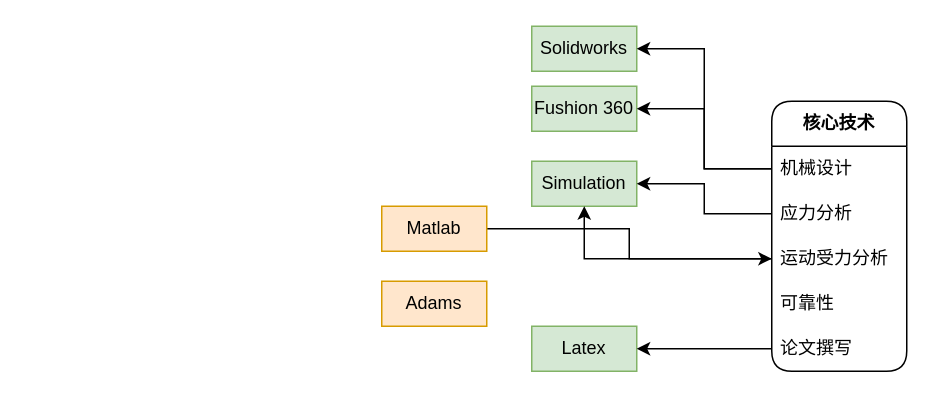
The draw.io diagram 0916-毕设启动-现状分析.drawio in Geek-0/Tool, before the edit. Source tidied: cells renumbered, new cells numbered last; positions are measured from the earlier drawing's top-left corner, leaving out a move shared by most shapes. Both pictures are drawn from the tidied source at 150%, with x=0, y=0 at pixel (381, 26).
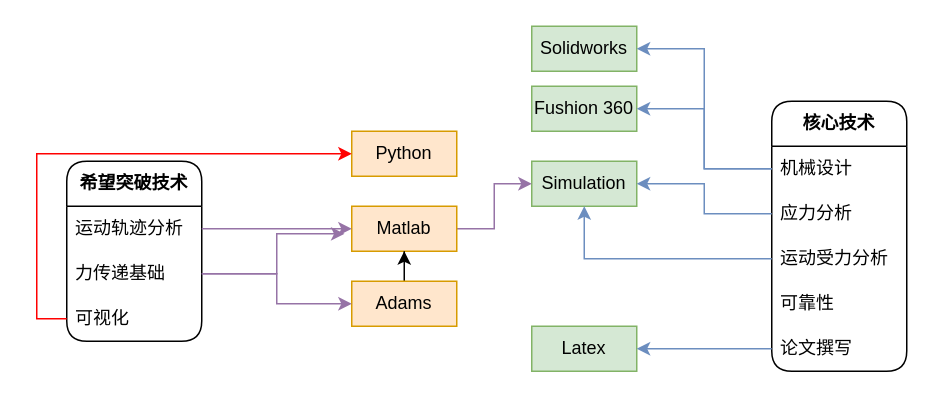
Above is the later version.

Commit message (it also covers changes not shown here):
更新0916-毕设启动-现状分析.drawio

The change refers to these unchanged cells:
```xml
<mxCell id="3" value="机械设计" style="text;align=left;verticalAlign=middle;spacingLeft=4;spacingRight=4;overflow=hidden;points=[[0,0.5],[1,0.5]];portConstraint=eastwest;whiteSpace=wrap;html=1;swimlaneFillColor=default;rounded=1;glass=0;shadow=0;swimlaneLine=1;" parent="2" vertex="1">
  <mxGeometry y="30" width="90" height="30" as="geometry" />
</mxCell>
<mxCell id="4" value="应力分析" style="text;align=left;verticalAlign=middle;spacingLeft=4;spacingRight=4;overflow=hidden;points=[[0,0.5],[1,0.5]];portConstraint=eastwest;whiteSpace=wrap;html=1;swimlaneFillColor=default;rounded=1;glass=0;shadow=0;swimlaneLine=1;" parent="2" vertex="1">
  <mxGeometry y="60" width="90" height="30" as="geometry" />
</mxCell>
<mxCell id="5" value="运动受力分析" style="text;align=left;verticalAlign=middle;spacingLeft=4;spacingRight=4;overflow=hidden;points=[[0,0.5],[1,0.5]];portConstraint=eastwest;whiteSpace=wrap;html=1;swimlaneFillColor=default;rounded=1;glass=0;shadow=0;swimlaneLine=1;" parent="2" vertex="1">
  <mxGeometry y="90" width="90" height="30" as="geometry" />
</mxCell>
<mxCell id="7" value="论文撰写" style="text;align=left;verticalAlign=middle;spacingLeft=4;spacingRight=4;overflow=hidden;points=[[0,0.5],[1,0.5]];portConstraint=eastwest;whiteSpace=wrap;html=1;swimlaneFillColor=default;rounded=1;glass=0;shadow=0;swimlaneLine=1;" parent="2" vertex="1">
  <mxGeometry y="150" width="90" height="30" as="geometry" />
</mxCell>
<mxCell id="8" value="Solidworks" style="rounded=0;whiteSpace=wrap;html=1;fillColor=#d5e8d4;strokeColor=#82b366;" parent="1" vertex="1">
  <mxGeometry x="100" width="70" height="30" as="geometry" />
</mxCell>
<mxCell id="10" value="Fushion 360" style="rounded=0;whiteSpace=wrap;html=1;fillColor=#d5e8d4;strokeColor=#82b366;" parent="1" vertex="1">
  <mxGeometry x="100" y="40" width="70" height="30" as="geometry" />
</mxCell>
<mxCell id="12" value="Simulation" style="rounded=0;whiteSpace=wrap;html=1;fillColor=#d5e8d4;strokeColor=#82b366;" parent="1" vertex="1">
  <mxGeometry x="100" y="90" width="70" height="30" as="geometry" />
</mxCell>
<mxCell id="13" value="Latex" style="rounded=0;whiteSpace=wrap;html=1;fillColor=#d5e8d4;strokeColor=#82b366;" parent="1" vertex="1">
  <mxGeometry x="100" y="200" width="70" height="30" as="geometry" />
</mxCell>
```

What changed in the source:
```diff
@@
-    <mxCell id="9" style="edgeStyle=orthogonalEdgeStyle;rounded=0;jettySize=auto;html=1;exitX=0;exitY=0.5;exitDx=0;exitDy=0;entryX=1;entryY=0.5;entryDx=0;entryDy=0;" parent="1" edge="1" source="3" target="8">
+    <mxCell id="9" style="edgeStyle=orthogonalEdgeStyle;rounded=0;jettySize=auto;html=1;exitX=0;exitY=0.5;exitDx=0;exitDy=0;entryX=1;entryY=0.5;entryDx=0;entryDy=0;fillColor=#dae8fc;strokeColor=#6c8ebf;" parent="1" edge="1" source="3" target="8">
       <mxGeometry relative="1" as="geometry" />
     </mxCell>
@@
-    <mxCell id="11" style="edgeStyle=orthogonalEdgeStyle;rounded=0;jettySize=auto;html=1;exitX=0;exitY=0.5;exitDx=0;exitDy=0;entryX=1;entryY=0.5;entryDx=0;entryDy=0;" parent="1" edge="1" source="3" target="10">
+    <mxCell id="11" style="edgeStyle=orthogonalEdgeStyle;rounded=0;jettySize=auto;html=1;exitX=0;exitY=0.5;exitDx=0;exitDy=0;entryX=1;entryY=0.5;entryDx=0;entryDy=0;fillColor=#dae8fc;strokeColor=#6c8ebf;" parent="1" edge="1" source="3" target="10">
       <mxGeometry relative="1" as="geometry" />
     </mxCell>
@@
-    <mxCell id="14" style="edgeStyle=orthogonalEdgeStyle;rounded=0;jettySize=auto;html=1;entryX=1;entryY=0.5;entryDx=0;entryDy=0;" parent="1" edge="1" source="4" target="12">
+    <mxCell id="14" style="edgeStyle=orthogonalEdgeStyle;rounded=0;jettySize=auto;html=1;entryX=1;entryY=0.5;entryDx=0;entryDy=0;fillColor=#dae8fc;strokeColor=#6c8ebf;" parent="1" edge="1" source="4" target="12">
       <mxGeometry relative="1" as="geometry" />
     </mxCell>
-    <mxCell id="15" style="edgeStyle=orthogonalEdgeStyle;rounded=0;jettySize=auto;html=1;exitX=0;exitY=0.5;exitDx=0;exitDy=0;entryX=1;entryY=0.5;entryDx=0;entryDy=0;" parent="1" edge="1" source="7" target="13">
+    <mxCell id="15" style="edgeStyle=orthogonalEdgeStyle;rounded=0;jettySize=auto;html=1;exitX=0;exitY=0.5;exitDx=0;exitDy=0;entryX=1;entryY=0.5;entryDx=0;entryDy=0;fillColor=#dae8fc;strokeColor=#6c8ebf;" parent="1" edge="1" source="7" target="13">
       <mxGeometry relative="1" as="geometry" />
     </mxCell>
-    <mxCell id="16" style="edgeStyle=orthogonalEdgeStyle;rounded=0;jettySize=auto;html=1;exitX=0;exitY=0.5;exitDx=0;exitDy=0;entryX=0.5;entryY=1;entryDx=0;entryDy=0;" parent="1" edge="1" source="5" target="12">
+    <mxCell id="16" style="edgeStyle=orthogonalEdgeStyle;rounded=0;jettySize=auto;html=1;exitX=0;exitY=0.5;exitDx=0;exitDy=0;entryX=0.5;entryY=1;entryDx=0;entryDy=0;fillColor=#dae8fc;strokeColor=#6c8ebf;" parent="1" edge="1" source="5" target="12">
       <mxGeometry relative="1" as="geometry">
         <Array as="points">
           <mxPoint x="135" y="155" />
         </Array>
       </mxGeometry>
     </mxCell>
-    <mxCell id="17" style="edgeStyle=orthogonalEdgeStyle;rounded=0;jettySize=auto;html=1;" parent="1" edge="1" source="18" target="5">
-      <mxGeometry relative="1" as="geometry" />
-    </mxCell>
+    <mxCell id="20" style="edgeStyle=orthogonalEdgeStyle;rounded=0;jettySize=auto;html=1;entryX=0;entryY=0.5;entryDx=0;entryDy=0;fillColor=#e1d5e7;strokeColor=#9673a6;" parent="1" edge="1" source="18" target="12">
+      <mxGeometry relative="1" as="geometry" />
+    </mxCell>
     <mxCell id="18" value="Matlab" style="rounded=0;whiteSpace=wrap;html=1;fillColor=#ffe6cc;strokeColor=#d79b00;" parent="1" vertex="1">
-      <mxGeometry y="120" width="70" height="30" as="geometry" />
+      <mxGeometry x="-20" y="120" width="70" height="30" as="geometry" />
     </mxCell>
+    <mxCell id="21" style="edgeStyle=orthogonalEdgeStyle;rounded=0;jettySize=auto;html=1;entryX=0.5;entryY=1;entryDx=0;entryDy=0;" parent="1" edge="1" source="19" target="18">
+      <mxGeometry relative="1" as="geometry" />
+    </mxCell>
     <mxCell id="19" value="Adams" style="rounded=0;whiteSpace=wrap;html=1;fillColor=#ffe6cc;strokeColor=#d79b00;" parent="1" vertex="1">
-      <mxGeometry y="170" width="70" height="30" as="geometry" />
+      <mxGeometry x="-20" y="170" width="70" height="30" as="geometry" />
     </mxCell>
+    <mxCell id="22" value="&lt;b&gt;希望突破技术&lt;/b&gt;" style="swimlane;fontStyle=0;horizontal=1;startSize=30;whiteSpace=wrap;html=1;swimlaneFillColor=default;rounded=1;glass=0;shadow=0;swimlaneLine=1;" parent="1" vertex="1">
+      <mxGeometry x="-210" y="90" width="90" height="120" as="geometry" />
+    </mxCell>
+    <mxCell id="23" value="运动轨迹分析" style="text;align=left;verticalAlign=middle;spacingLeft=4;spacingRight=4;overflow=hidden;points=[[0,0.5],[1,0.5]];portConstraint=eastwest;whiteSpace=wrap;html=1;swimlaneFillColor=default;rounded=1;glass=0;shadow=0;swimlaneLine=1;" parent="22" vertex="1">
+      <mxGeometry y="30" width="90" height="30" as="geometry" />
+    </mxCell>
+    <mxCell id="24" value="力传递基础" style="text;align=left;verticalAlign=middle;spacingLeft=4;spacingRight=4;overflow=hidden;points=[[0,0.5],[1,0.5]];portConstraint=eastwest;whiteSpace=wrap;html=1;swimlaneFillColor=default;rounded=1;glass=0;shadow=0;swimlaneLine=1;" parent="22" vertex="1">
+      <mxGeometry y="60" width="90" height="30" as="geometry" />
+    </mxCell>
+    <mxCell id="25" value="可视化" style="text;align=left;verticalAlign=middle;spacingLeft=4;spacingRight=4;overflow=hidden;points=[[0,0.5],[1,0.5]];portConstraint=eastwest;whiteSpace=wrap;html=1;swimlaneFillColor=default;rounded=1;glass=0;shadow=0;swimlaneLine=1;" parent="22" vertex="1">
+      <mxGeometry y="90" width="90" height="30" as="geometry" />
+    </mxCell>
+    <mxCell id="26" value="Python" style="rounded=0;whiteSpace=wrap;html=1;fillColor=#ffe6cc;strokeColor=#d79b00;" parent="1" vertex="1">
+      <mxGeometry x="-20" y="70" width="70" height="30" as="geometry" />
+    </mxCell>
+    <mxCell id="27" style="edgeStyle=orthogonalEdgeStyle;rounded=0;jettySize=auto;html=1;entryX=-0.069;entryY=0.613;entryDx=0;entryDy=0;entryPerimeter=0;fillColor=#e1d5e7;strokeColor=#9673a6;" parent="1" edge="1" source="24" target="18">
+      <mxGeometry relative="1" as="geometry" />
+    </mxCell>
+    <mxCell id="28" style="edgeStyle=orthogonalEdgeStyle;rounded=0;jettySize=auto;html=1;entryX=0;entryY=0.5;entryDx=0;entryDy=0;fillColor=#e1d5e7;strokeColor=#9673a6;" parent="1" edge="1" source="24" target="19">
+      <mxGeometry relative="1" as="geometry" />
+    </mxCell>
+    <mxCell id="29" style="edgeStyle=orthogonalEdgeStyle;rounded=0;jettySize=auto;html=1;entryX=0;entryY=0.5;entryDx=0;entryDy=0;fillColor=#e1d5e7;strokeColor=#9673a6;" parent="1" edge="1" source="23" target="18">
+      <mxGeometry relative="1" as="geometry" />
+    </mxCell>
+    <mxCell id="30" style="edgeStyle=orthogonalEdgeStyle;rounded=0;jettySize=auto;html=1;entryX=0;entryY=0.5;entryDx=0;entryDy=0;exitX=0;exitY=0.5;exitDx=0;exitDy=0;strokeColor=#FF0000;" parent="1" edge="1" source="25" target="26">
+      <mxGeometry relative="1" as="geometry" />
+    </mxCell>
```
